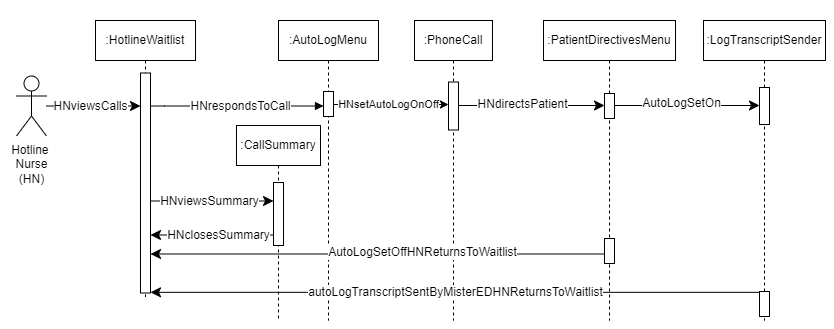
This is AmirWork/M2/Nurse_Hotline_SequenceDiagram.drawio.png from SENG-350-2024-fall/Team9, a draw.io export, as it was before one commit. Source tidied: cells renumbered, new cells last; positions are measured from the earlier drawing's top-left corner, leaving out a move shared by most shapes.
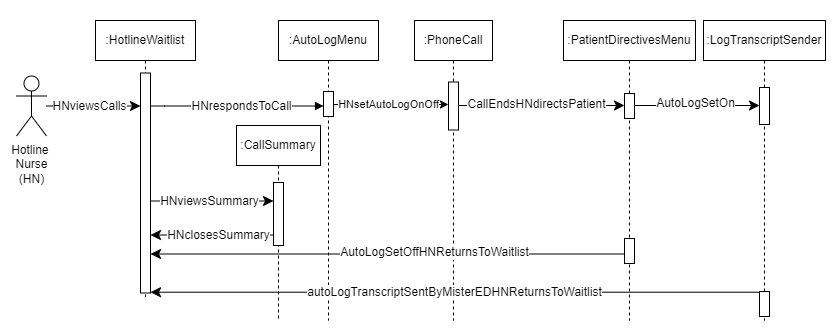
After the commit.

Change to the diagram source:
```diff
@@ -90,7 +90,7 @@
       </mxGeometry>
     </mxCell>
     <mxCell id="23" value=":PatientDirectivesMenu" style="shape=umlLifeline;perimeter=lifelinePerimeter;whiteSpace=wrap;html=1;newEdgeStyle={&quot;edgeStyle&quot;:&quot;elbowEdgeStyle&quot;,&quot;elbow&quot;:&quot;vertical&quot;,&quot;curved&quot;:0,&quot;rounded&quot;:0};" parent="1" vertex="1">
-      <mxGeometry x="543" y="20" width="132" height="300" as="geometry" />
+      <mxGeometry x="563" y="20" width="132" height="300" as="geometry" />
     </mxCell>
     <mxCell id="24" style="html=1;points=[];perimeter=orthogonalPerimeter;outlineConnect=0;targetShapes=umlLifeline;portConstraint=eastwest;newEdgeStyle={&quot;edgeStyle&quot;:&quot;elbowEdgeStyle&quot;,&quot;elbow&quot;:&quot;vertical&quot;,&quot;curved&quot;:0,&quot;rounded&quot;:0};" parent="23" vertex="1">
       <mxGeometry x="61" y="73" width="10" height="25" as="geometry" />
@@ -105,9 +105,9 @@
         </Array>
       </mxGeometry>
     </mxCell>
-    <mxCell id="27" value="HNdirectsPatient" style="edgeLabel;html=1;align=center;verticalAlign=middle;fontSize=12;" parent="26" vertex="1">
+    <mxCell id="27" value="CallEndsHNdirectsPatient" style="edgeLabel;html=1;align=center;verticalAlign=middle;fontSize=12;" parent="26" vertex="1">
       <mxGeometry x="-0.35" relative="1" as="geometry">
-        <mxPoint x="16" y="-1" as="offset" />
+        <mxPoint x="24" y="-1" as="offset" />
       </mxGeometry>
     </mxCell>
     <mxCell id="28" value=":LogTranscriptSender" style="shape=umlLifeline;perimeter=lifelinePerimeter;whiteSpace=wrap;html=1;newEdgeStyle={&quot;edgeStyle&quot;:&quot;elbowEdgeStyle&quot;,&quot;elbow&quot;:&quot;vertical&quot;,&quot;curved&quot;:0,&quot;rounded&quot;:0};" parent="1" vertex="1">
```
